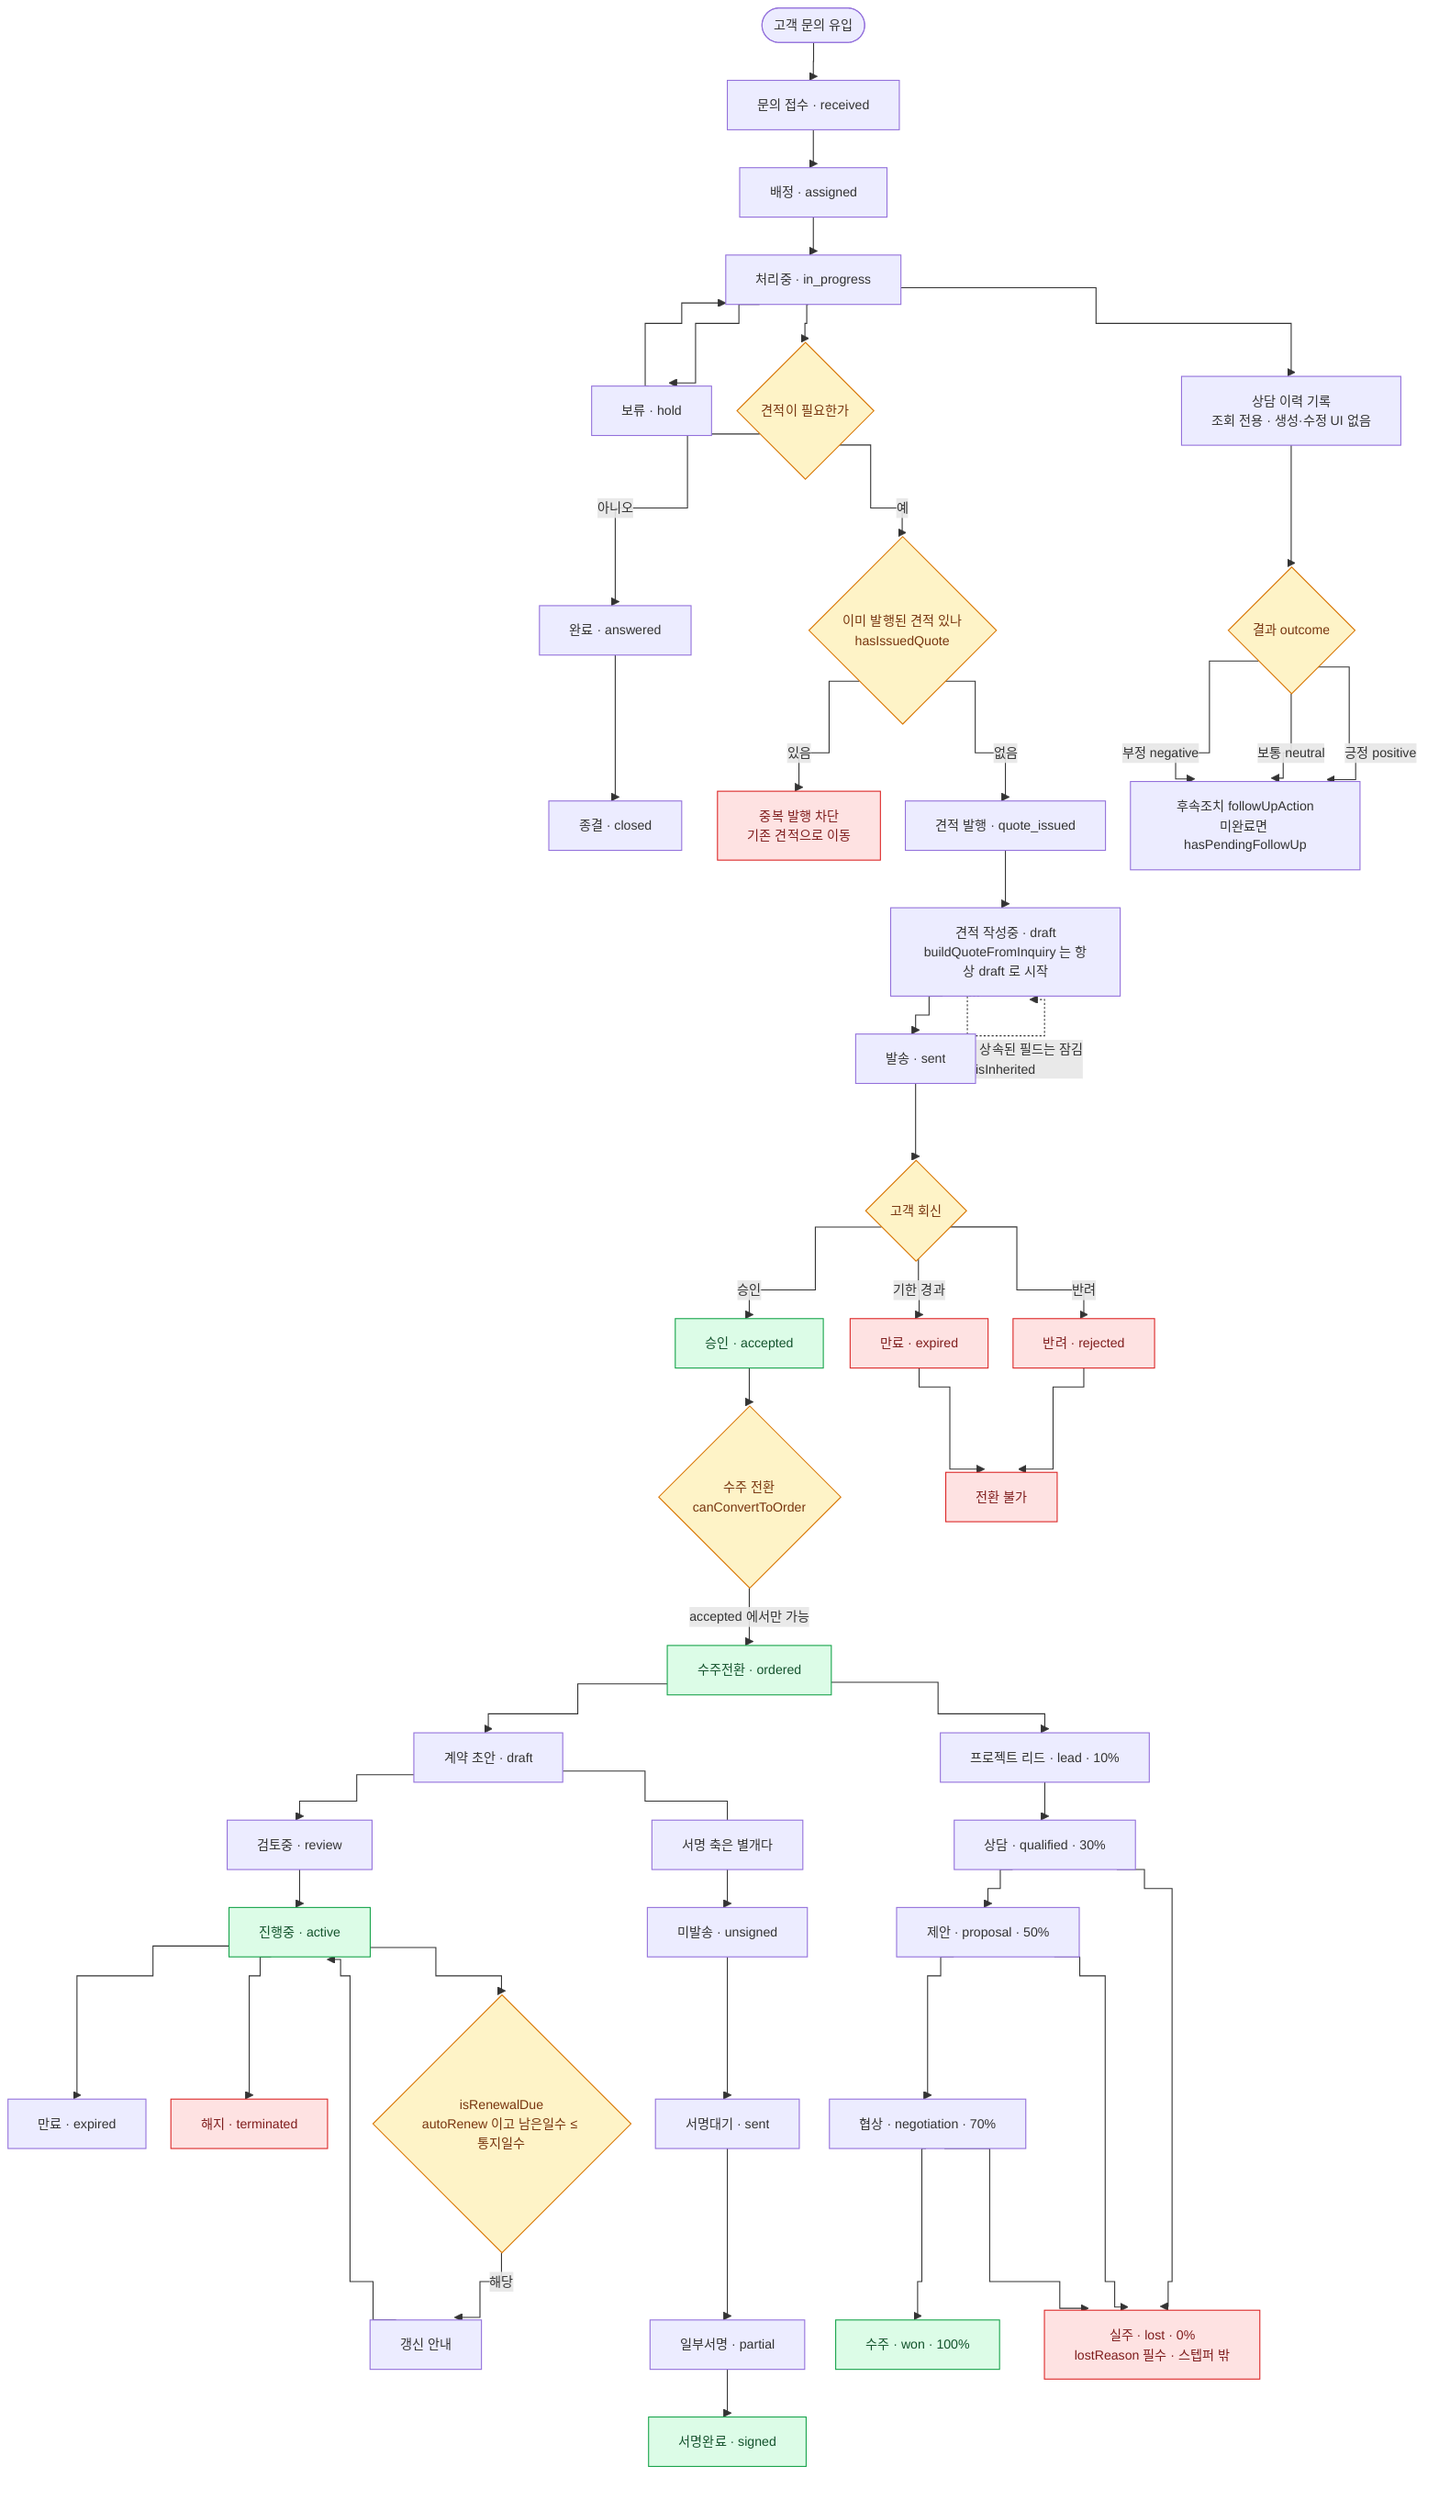
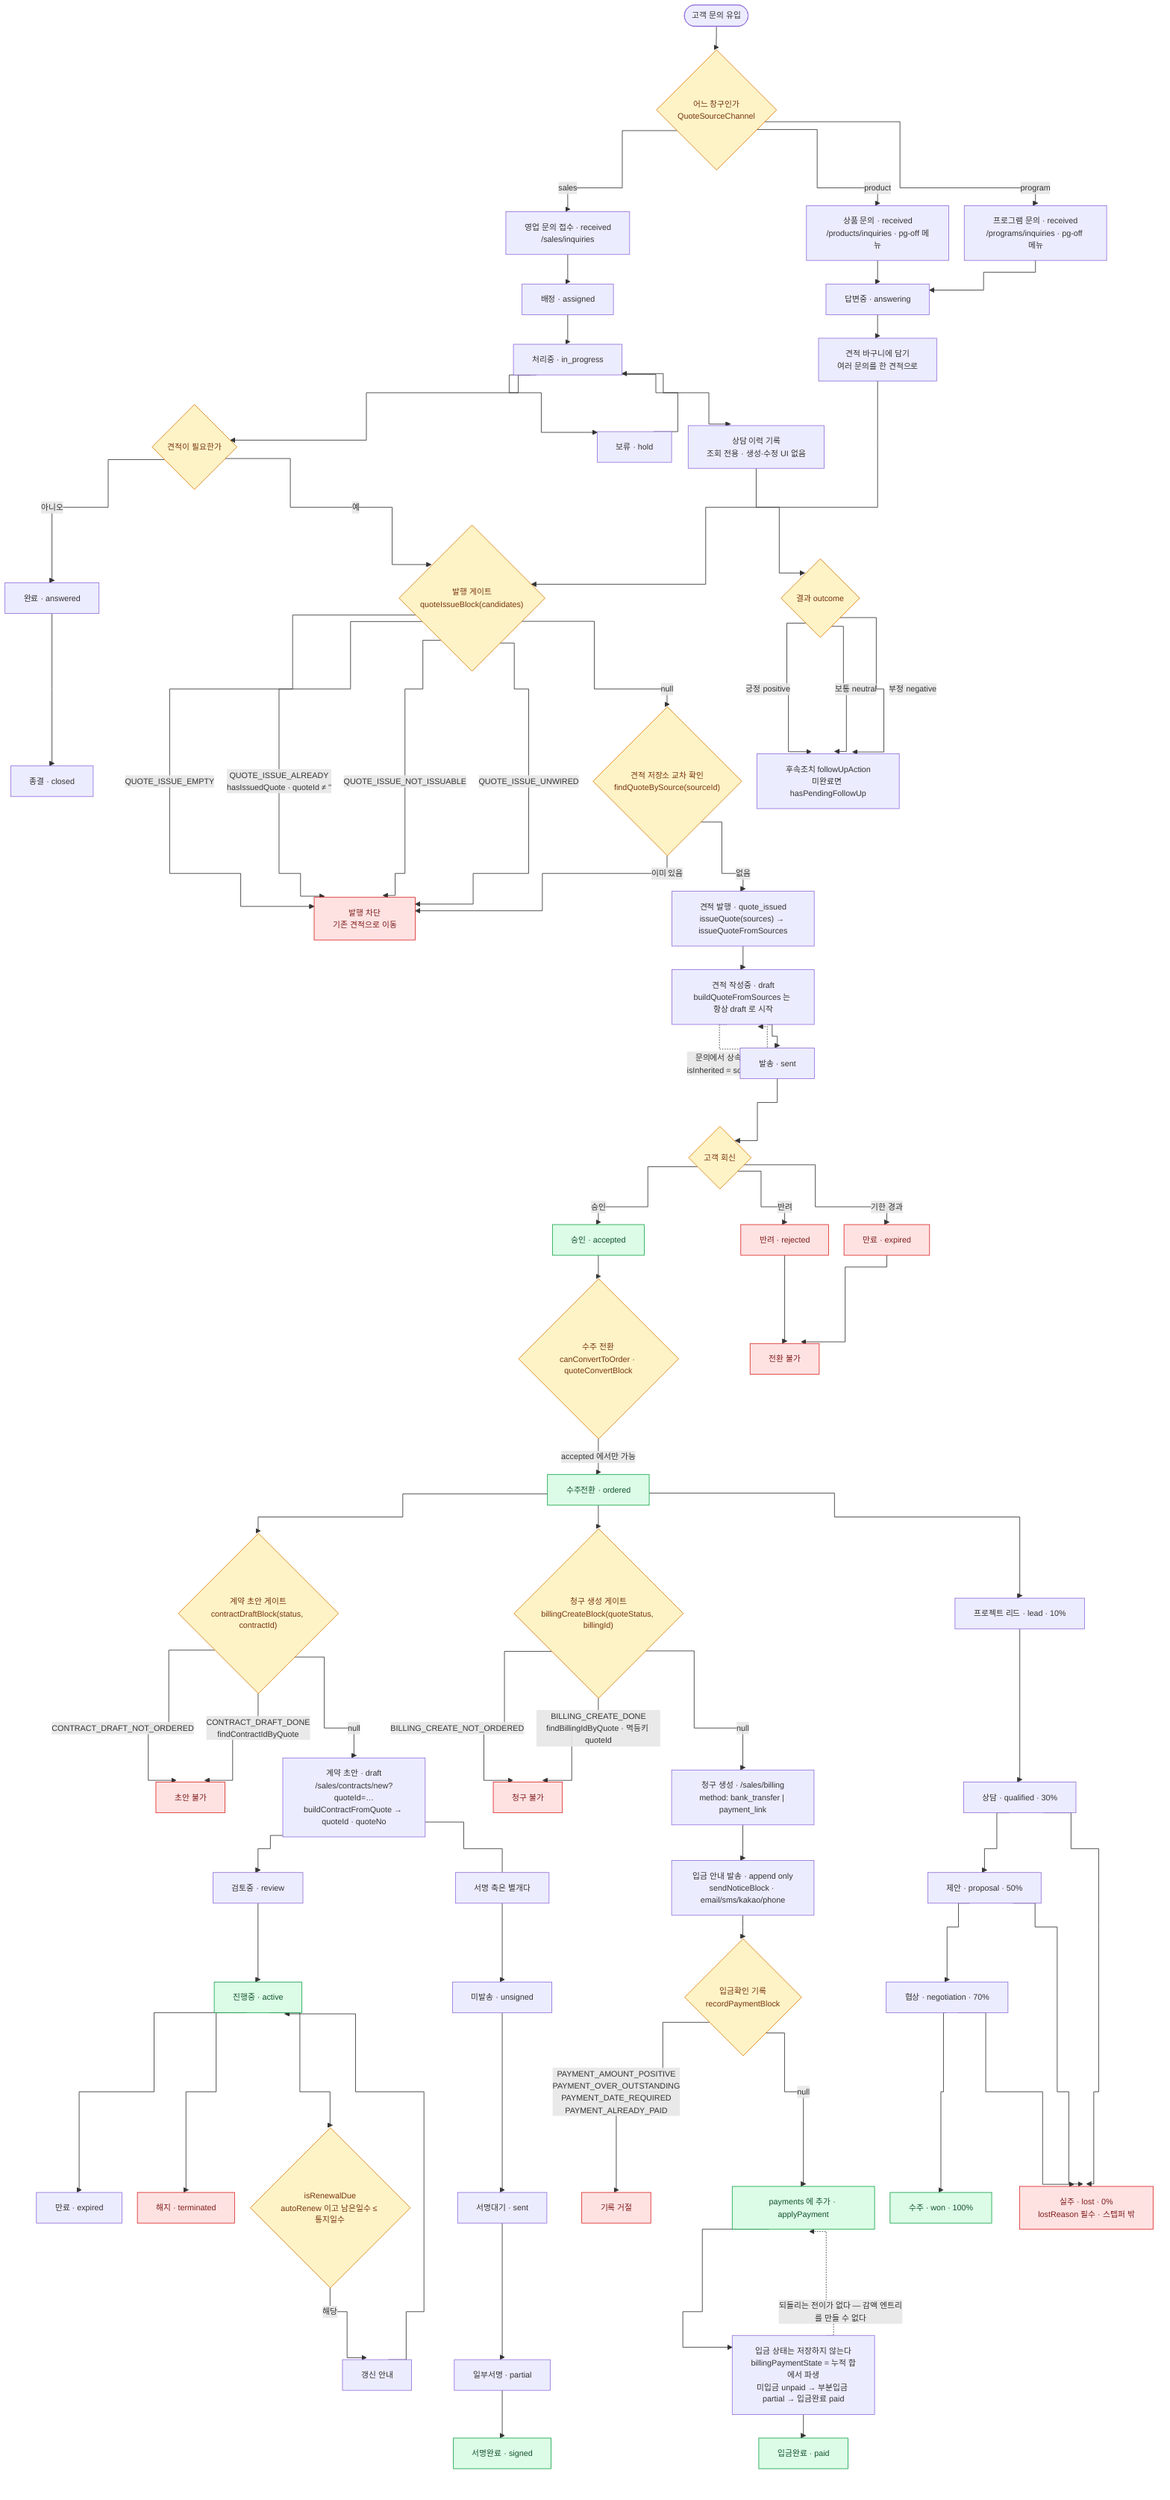
- %% 영업 파이프라인 — 문의 → 견적 → 계약 · 프로젝트 (실제 상태값 기준)
+ %% 영업 파이프라인 — 문의 → 견적 → 계약 · 청구·입금 · 프로젝트 (실제 상태값 기준)
%%{init: {"flowchart": {"curve": "step", "nodeSpacing": 25, "rankSpacing": 38, "wrappingWidth": 170}, "themeVariables": {"fontSize": "13px"}} }%%
flowchart TD
-     In0(["고객 문의 유입"]) --> I1["문의 접수 · received"]
+     In0(["고객 문의 유입"]) --> Ch{"어느 창구인가<br/>QuoteSourceChannel"}
+     Ch -->|"sales"| I1["영업 문의 접수 · received<br/>/sales/inquiries"]
+     Ch -->|"product"| PI["상품 문의 · received<br/>/products/inquiries · pg-off 메뉴"]
+     Ch -->|"program"| GI["프로그램 문의 · received<br/>/programs/inquiries · pg-off 메뉴"]
+ 
    I1 --> I2["배정 · assigned"] --> I3["처리중 · in_progress"]
    I3 --> IHold["보류 · hold"] --> I3
+     PI --> PA["답변중 · answering"]
+     GI --> PA
    I3 --> IQ{"견적이 필요한가"}
+     PA --> Basket["견적 바구니에 담기<br/>여러 문의를 한 견적으로"]
    IQ -->|"아니오"| I5["완료 · answered"] --> I6["종결 · closed"]
-     IQ -->|"예"| Dup{"이미 발행된 견적 있나<br/>hasIssuedQuote"}
-     Dup -->|"있음"| Blocked["중복 발행 차단<br/>기존 견적으로 이동"]
-     Dup -->|"없음"| Issue["견적 발행 · quote_issued"]
+     IQ -->|"예"| Gate
+     Basket --> Gate

-     Issue --> Q1["견적 작성중 · draft<br/>buildQuoteFromInquiry 는 항상 draft 로 시작"]
-     Q1 -.->|"문의에서 상속된 필드는 잠김<br/>isInherited"| Q1
+     Gate{"발행 게이트<br/>quoteIssueBlock(candidates)"}
+     Gate -->|"QUOTE_ISSUE_EMPTY"| Blocked
+     Gate -->|"QUOTE_ISSUE_ALREADY<br/>hasIssuedQuote · quoteId ≠ ''"| Blocked
+     Gate -->|"QUOTE_ISSUE_NOT_ISSUABLE"| Blocked
+     Gate -->|"QUOTE_ISSUE_UNWIRED"| Blocked
+     Blocked["발행 차단<br/>기존 견적으로 이동"]
+     Gate -->|"null"| Cross{"견적 저장소 교차 확인<br/>findQuoteBySource(sourceId)"}
+     Cross -->|"이미 있음"| Blocked
+     Cross -->|"없음"| Issue["견적 발행 · quote_issued<br/>issueQuote(sources) → issueQuoteFromSources"]
+ 
+     Issue --> Q1["견적 작성중 · draft<br/>buildQuoteFromSources 는 항상 draft 로 시작"]
+     Q1 -.->|"문의에서 상속된 필드는 잠김<br/>isInherited = sources.length > 0"| Q1
    Q1 --> Q2["발송 · sent"]
    Q2 --> QRes{"고객 회신"}
    QRes -->|"승인"| Q3["승인 · accepted"]
    QRes -->|"반려"| Q4["반려 · rejected"]
    QRes -->|"기한 경과"| Q5["만료 · expired"]

-     Q3 --> Conv{"수주 전환<br/>canConvertToOrder"}
+     Q3 --> Conv{"수주 전환<br/>canConvertToOrder · quoteConvertBlock"}
    Q4 --> NoConv["전환 불가"]
    Q5 --> NoConv
    Conv -->|"accepted 에서만 가능"| Q6["수주전환 · ordered"]

-     Q6 --> C1["계약 초안 · draft"]
+     Q6 --> CGate{"계약 초안 게이트<br/>contractDraftBlock(status, contractId)"}
+     CGate -->|"CONTRACT_DRAFT_NOT_ORDERED"| CNo["초안 불가"]
+     CGate -->|"CONTRACT_DRAFT_DONE<br/>findContractIdByQuote"| CNo
+     CGate -->|"null"| C1["계약 초안 · draft<br/>/sales/contracts/new?quoteId=…<br/>buildContractFromQuote → quoteId · quoteNo"]
    C1 --> C2["검토중 · review"] --> C3["진행중 · active"]
    C3 --> C4["만료 · expired"]
    C3 --> C5["해지 · terminated"]
    C3 --> Renew{"isRenewalDue<br/>autoRenew 이고 남은일수 ≤ 통지일수"}
    Renew -->|"해당"| RenewAct["갱신 안내"] --> C3

    C1 --- S0["서명 축은 별개다"]
    S0 --> S1["미발송 · unsigned"] --> S2["서명대기 · sent"] --> S3["일부서명 · partial"] --> S4["서명완료 · signed"]
+ 
+     Q6 --> BGate{"청구 생성 게이트<br/>billingCreateBlock(quoteStatus, billingId)"}
+     BGate -->|"BILLING_CREATE_NOT_ORDERED"| BNo["청구 불가"]
+     BGate -->|"BILLING_CREATE_DONE<br/>findBillingIdByQuote · 멱등키 quoteId"| BNo
+     BGate -->|"null"| B1["청구 생성 · /sales/billing<br/>method: bank_transfer | payment_link"]
+     B1 --> B2["입금 안내 발송 · append only<br/>sendNoticeBlock · email/sms/kakao/phone"]
+     B2 --> B3{"입금확인 기록<br/>recordPaymentBlock"}
+     B3 -->|"PAYMENT_AMOUNT_POSITIVE<br/>PAYMENT_OVER_OUTSTANDING<br/>PAYMENT_DATE_REQUIRED<br/>PAYMENT_ALREADY_PAID"| BErr["기록 거절"]
+     B3 -->|"null"| B4["payments 에 추가 · applyPayment"]
+     B4 --> BState["입금 상태는 저장하지 않는다<br/>billingPaymentState = 누적 합에서 파생<br/>미입금 unpaid → 부분입금 partial → 입금완료 paid"]
+     BState -.->|"되돌리는 전이가 없다 — 감액 엔트리를 만들 수 없다"| B4
+     BState --> BOk["입금완료 · paid"]

    Q6 --> P1["프로젝트 리드 · lead · 10%"]
    P1 --> P2["상담 · qualified · 30%"] --> P3["제안 · proposal · 50%"] --> P4["협상 · negotiation · 70%"] --> P5["수주 · won · 100%"]
    P2 --> PL["실주 · lost · 0%<br/>lostReason 필수 · 스텝퍼 밖"]
    P3 --> PL
    P4 --> PL

    I3 --> CS["상담 이력 기록<br/>조회 전용 · 생성·수정 UI 없음"]
    CS --> CSO{"결과 outcome"}
    CSO -->|"긍정 positive"| CSF
    CSO -->|"보통 neutral"| CSF
    CSO -->|"부정 negative"| CSF
    CSF["후속조치 followUpAction<br/>미완료면 hasPendingFollowUp"]

    classDef gate fill:#fef3c7,stroke:#d97706,color:#78350f
    classDef err fill:#fee2e2,stroke:#dc2626,color:#7f1d1d
    classDef ok fill:#dcfce7,stroke:#16a34a,color:#14532d
-     class IQ,Dup,QRes,Conv,Renew,CSO gate
-     class Blocked,NoConv,Q4,Q5,C5,PL err
-     class Q3,Q6,C3,P5,S4 ok
+     class Ch,IQ,Gate,Cross,QRes,Conv,CGate,BGate,B3,Renew,CSO gate
+     class Blocked,NoConv,CNo,BNo,BErr,Q4,Q5,C5,PL err
+     class Q3,Q6,C3,B4,BOk,P5,S4 ok
